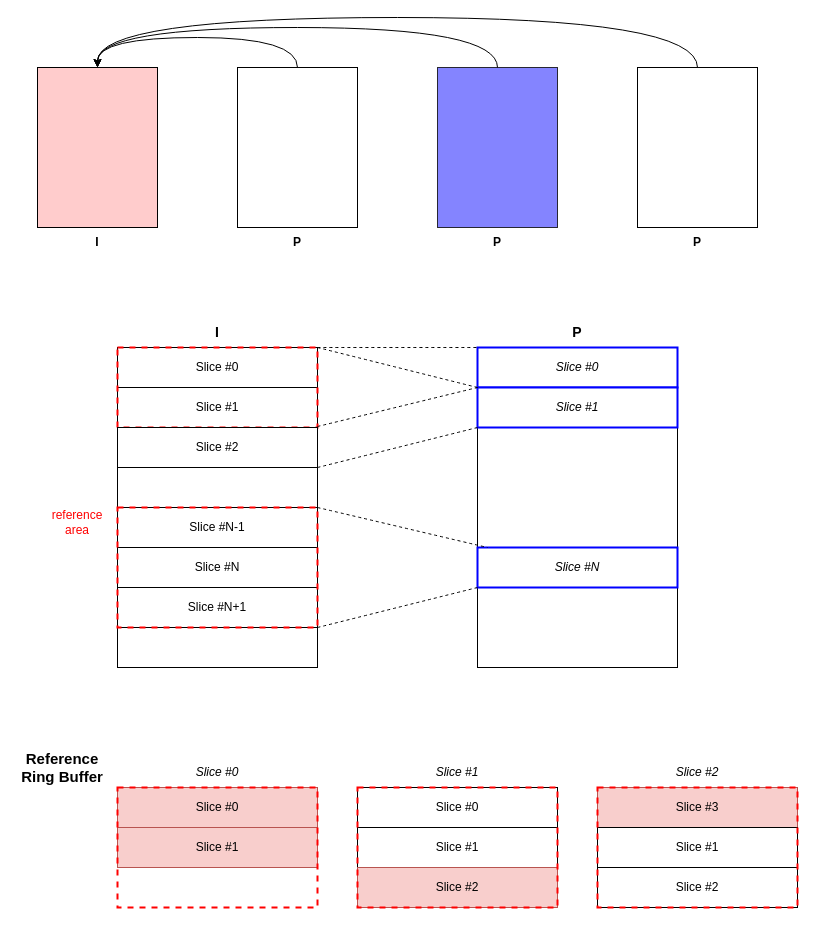
Above: ddr-less.drawio in chenmin82/diagrams (draw.io), before the change. Source tidied: cells renumbered, new cells numbered last; positions are measured from the earlier drawing's top-left corner, leaving out a move shared by most shapes. Both pictures are drawn from the tidied source at 100%, with x=0, y=0 at pixel (17, 17).
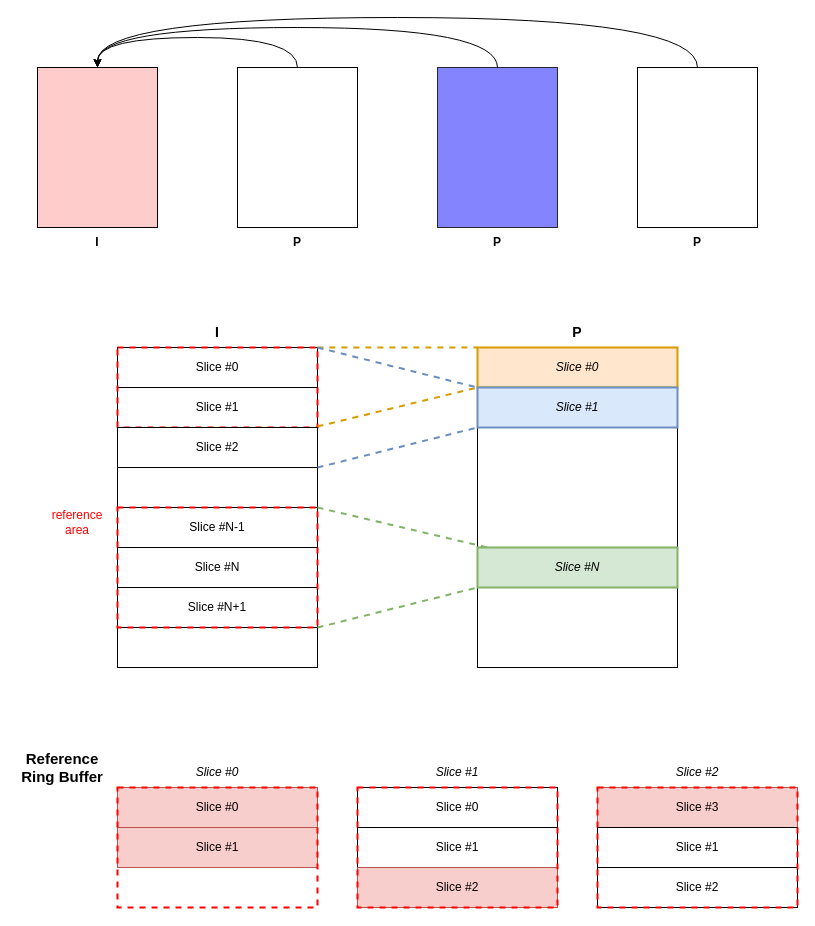
After the change.

Unchanged cells that the change refers to:
```xml
<mxCell id="21" style="rounded=0;whiteSpace=wrap;html=1;dashed=1;strokeColor=#FF0000;strokeWidth=2;fillColor=none;" parent="1" vertex="1">
  <mxGeometry x="100" y="490" width="200" height="120" as="geometry" />
</mxCell>
<mxCell id="28" value="Slice #2" style="rounded=0;whiteSpace=wrap;html=1;" parent="1" vertex="1">
  <mxGeometry x="100" y="410" width="200" height="40" as="geometry" />
</mxCell>
```

What changed in the source:
```diff
@@
-    <mxCell id="16" value="Slice #N" style="rounded=0;whiteSpace=wrap;html=1;strokeColor=#0000FF;strokeWidth=2;fontStyle=2;" parent="1" vertex="1">
+    <mxCell id="16" value="Slice #N" style="rounded=0;whiteSpace=wrap;html=1;strokeColor=#82b366;strokeWidth=2;fontStyle=2;fillColor=#d5e8d4;" parent="1" vertex="1">
       <mxGeometry x="460" y="530" width="200" height="40" as="geometry" />
     </mxCell>
@@
-    <mxCell id="23" value="Slice #0" style="rounded=0;whiteSpace=wrap;html=1;strokeColor=#0000FF;strokeWidth=2;fontStyle=2;" parent="1" vertex="1">
+    <mxCell id="23" value="Slice #0" style="rounded=0;whiteSpace=wrap;html=1;strokeColor=#d79b00;strokeWidth=2;fontStyle=2;fillColor=#ffe6cc;" parent="1" vertex="1">
       <mxGeometry x="460" y="330" width="200" height="40" as="geometry" />
     </mxCell>
@@
-    <mxCell id="27" value="Slice #1" style="rounded=0;whiteSpace=wrap;html=1;strokeColor=#0000FF;strokeWidth=2;fontStyle=2;" parent="1" vertex="1">
+    <mxCell id="27" value="Slice #1" style="rounded=0;whiteSpace=wrap;html=1;strokeColor=#6c8ebf;strokeWidth=2;fontStyle=2;fillColor=#dae8fc;" parent="1" vertex="1">
       <mxGeometry x="460" y="370" width="200" height="40" as="geometry" />
     </mxCell>
@@
-    <mxCell id="29" style="endArrow=none;dashed=1;html=1;rounded=0;curved=1;entryX=0;entryY=0;entryDx=0;entryDy=0;" parent="1" edge="1" target="23">
+    <mxCell id="29" style="endArrow=none;dashed=1;html=1;rounded=0;curved=1;entryX=0;entryY=0;entryDx=0;entryDy=0;strokeColor=#D79B00;strokeWidth=2;" parent="1" edge="1" target="23">
       <mxGeometry relative="1" as="geometry">
         <mxPoint x="300" y="330" as="sourcePoint" />
       </mxGeometry>
     </mxCell>
-    <mxCell id="30" style="endArrow=none;dashed=1;html=1;rounded=0;curved=1;entryX=0;entryY=0;entryDx=0;entryDy=0;" parent="1" edge="1" target="27">
+    <mxCell id="30" style="endArrow=none;dashed=1;html=1;rounded=0;curved=1;entryX=0;entryY=0;entryDx=0;entryDy=0;strokeColor=#D79B00;strokeWidth=2;" parent="1" edge="1" target="27">
       <mxGeometry relative="1" as="geometry">
         <mxPoint x="300" y="409" as="sourcePoint" />
       </mxGeometry>
     </mxCell>
-    <mxCell id="31" style="endArrow=none;dashed=1;html=1;rounded=0;curved=1;entryX=0;entryY=1;entryDx=0;entryDy=0;" parent="1" edge="1" target="23">
+    <mxCell id="31" style="endArrow=none;dashed=1;html=1;rounded=0;curved=1;entryX=0;entryY=1;entryDx=0;entryDy=0;strokeColor=#6C8EBF;strokeWidth=2;" parent="1" edge="1" target="23">
       <mxGeometry relative="1" as="geometry">
         <mxPoint x="300" y="330" as="sourcePoint" />
       </mxGeometry>
     </mxCell>
-    <mxCell id="32" style="endArrow=none;dashed=1;html=1;rounded=0;curved=1;entryX=0;entryY=1;entryDx=0;entryDy=0;exitX=1;exitY=1;exitDx=0;exitDy=0;" parent="1" edge="1" source="28" target="27">
+    <mxCell id="32" style="endArrow=none;dashed=1;html=1;rounded=0;curved=1;entryX=0;entryY=1;entryDx=0;entryDy=0;exitX=1;exitY=1;exitDx=0;exitDy=0;strokeColor=#6C8EBF;strokeWidth=2;" parent="1" edge="1" source="28" target="27">
       <mxGeometry relative="1" as="geometry" />
     </mxCell>
-    <mxCell id="33" style="endArrow=none;dashed=1;html=1;rounded=0;curved=1;exitX=1;exitY=0;exitDx=0;exitDy=0;" parent="1" edge="1" source="21">
+    <mxCell id="33" style="endArrow=none;dashed=1;html=1;rounded=0;curved=1;exitX=1;exitY=0;exitDx=0;exitDy=0;strokeWidth=2;strokeColor=#82B366;" parent="1" edge="1" source="21">
       <mxGeometry relative="1" as="geometry">
         <mxPoint x="470" y="530" as="targetPoint" />
       </mxGeometry>
     </mxCell>
-    <mxCell id="34" style="endArrow=none;dashed=1;html=1;rounded=0;curved=1;exitX=1;exitY=1;exitDx=0;exitDy=0;entryX=0;entryY=1;entryDx=0;entryDy=0;" parent="1" edge="1" source="21" target="16">
+    <mxCell id="34" style="endArrow=none;dashed=1;html=1;rounded=0;curved=1;exitX=1;exitY=1;exitDx=0;exitDy=0;entryX=0;entryY=1;entryDx=0;entryDy=0;strokeColor=#82B366;strokeWidth=2;" parent="1" edge="1" source="21" target="16">
       <mxGeometry relative="1" as="geometry" />
     </mxCell>
```
